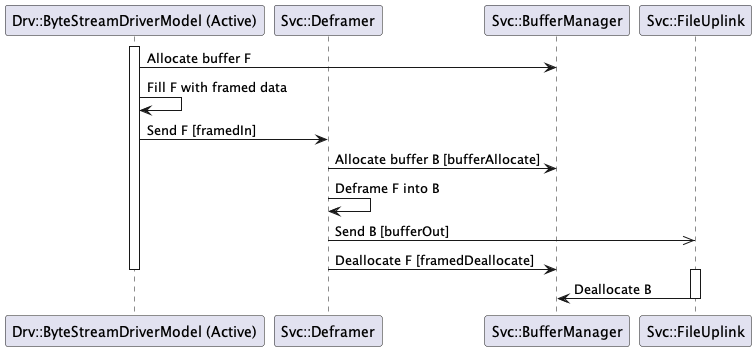
nasa/fprime keeps this PlantUML diagram as Svc/Deframer/docs/img/active-file-packet.png. Above is the earlier version.
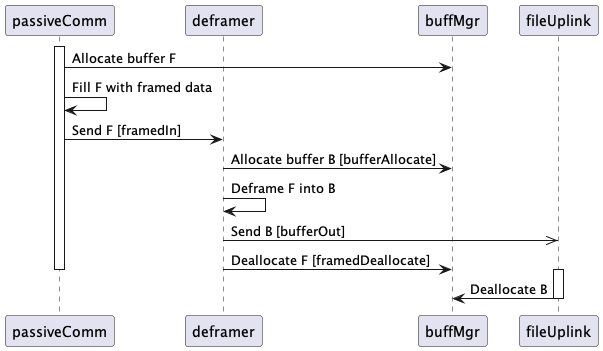
Above is the later version.

Commit message:
Revise Deframer SDD

Diff of the diagram source:
```diff
@@ -1,25 +1,25 @@
 @startuml
 
-participant "Drv::ByteStreamDriverModel (Active)" order 1
-participant "Svc::Deframer" order 2
-participant "Svc::BufferManager" order 3
-participant "Svc::FileUplink" order 4
+participant passiveComm order 1
+participant deframer order 2
+participant buffMgr order 3
+participant fileUplink order 4
 
-activate "Drv::ByteStreamDriverModel (Active)"
+activate passiveComm
 
-"Drv::ByteStreamDriverModel (Active)" -> "Svc::BufferManager": Allocate buffer F
-"Drv::ByteStreamDriverModel (Active)" -> "Drv::ByteStreamDriverModel (Active)": Fill F with framed data
-"Drv::ByteStreamDriverModel (Active)" -> "Svc::Deframer": Send F [framedIn]
+passiveComm -> buffMgr: Allocate buffer F
+passiveComm -> passiveComm: Fill F with framed data
+passiveComm -> deframer: Send F [framedIn]
 
-"Svc::Deframer" -> "Svc::BufferManager": Allocate buffer B [bufferAllocate]
-"Svc::Deframer" -> "Svc::Deframer": Deframe F into B
-"Svc::Deframer" ->> "Svc::FileUplink": Send B [bufferOut]
-"Svc::Deframer" -> "Svc::BufferManager": Deallocate F [framedDeallocate]
+deframer -> buffMgr: Allocate buffer B [bufferAllocate]
+deframer -> deframer: Deframe F into B
+deframer ->> fileUplink: Send B [bufferOut]
+deframer -> buffMgr: Deallocate F [framedDeallocate]
 
-deactivate "Drv::ByteStreamDriverModel (Active)"
+deactivate passiveComm
 
-activate "Svc::FileUplink"
-"Svc::FileUplink" -> "Svc::BufferManager": Deallocate B
-deactivate "Svc::FileUplink"
+activate fileUplink
+fileUplink -> buffMgr: Deallocate B
+deactivate fileUplink
 
 @enduml
```
